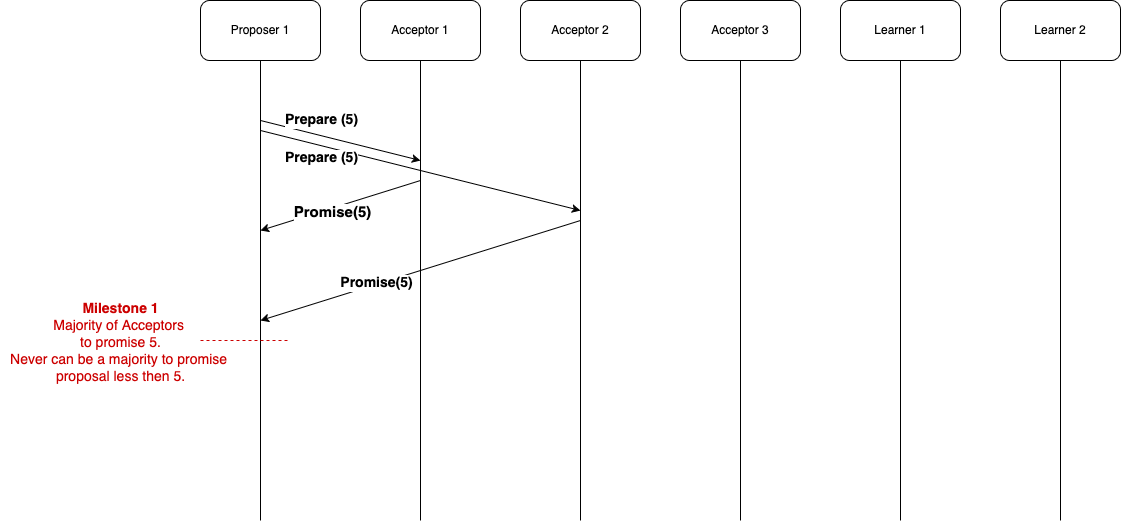
The draw.io diagram assets/distributed system/paxos/Paxos-Phase 1.drawio.png in rb-builder/rishabh.github.io, before a commit. Source tidied: cells renumbered, new cells last; positions are measured from the earlier drawing's top-left corner, leaving out a move shared by most shapes.
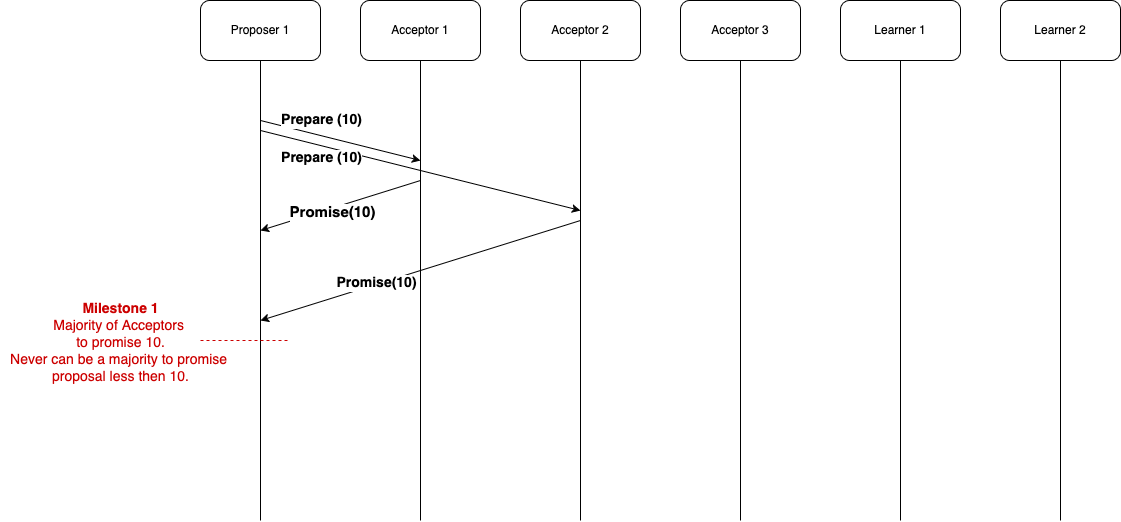
The same diagram one commit later.

Commit message:
Added case 1 of paxos.

Change to the diagram source:
```diff
@@ -56,7 +56,7 @@
         <mxPoint x="420" y="160" as="targetPoint" />
       </mxGeometry>
     </mxCell>
-    <mxCell id="15" value="&lt;b&gt;Prepare (5)&lt;/b&gt;" style="edgeLabel;html=1;align=center;verticalAlign=middle;fontSize=14;" parent="14" vertex="1">
+    <mxCell id="15" value="&lt;b&gt;Prepare (10)&lt;/b&gt;" style="edgeLabel;html=1;align=center;verticalAlign=middle;fontSize=14;" parent="14" vertex="1">
       <mxGeometry x="0.04" y="-1" relative="1" as="geometry">
         <mxPoint x="-23" y="-22" as="offset" />
       </mxGeometry>
@@ -67,7 +67,7 @@
         <mxPoint x="580" y="210" as="targetPoint" />
       </mxGeometry>
     </mxCell>
-    <mxCell id="17" value="&lt;font style=&quot;font-size: 14px;&quot;&gt;&lt;b&gt;Prepare (5)&lt;/b&gt;&lt;/font&gt;" style="edgeLabel;html=1;align=center;verticalAlign=middle;" parent="16" vertex="1">
+    <mxCell id="17" value="&lt;font style=&quot;font-size: 14px;&quot;&gt;&lt;b&gt;Prepare (10)&lt;/b&gt;&lt;/font&gt;" style="edgeLabel;html=1;align=center;verticalAlign=middle;" parent="16" vertex="1">
       <mxGeometry x="-0.41" y="-4" relative="1" as="geometry">
         <mxPoint x="-34" as="offset" />
       </mxGeometry>
@@ -78,7 +78,7 @@
         <mxPoint x="260" y="230" as="targetPoint" />
       </mxGeometry>
     </mxCell>
-    <mxCell id="19" value="&lt;font style=&quot;font-size: 15px;&quot;&gt;&lt;b&gt;Promise(5)&lt;/b&gt;&lt;/font&gt;" style="edgeLabel;html=1;align=center;verticalAlign=middle;" parent="18" vertex="1">
+    <mxCell id="19" value="&lt;font style=&quot;font-size: 15px;&quot;&gt;&lt;b&gt;Promise(10)&lt;/b&gt;&lt;/font&gt;" style="edgeLabel;html=1;align=center;verticalAlign=middle;" parent="18" vertex="1">
       <mxGeometry x="0.13" y="4" relative="1" as="geometry" />
     </mxCell>
     <mxCell id="20" style="endArrow=classic;html=1;rounded=0;" parent="1" edge="1">
@@ -87,7 +87,7 @@
         <mxPoint x="260" y="320" as="targetPoint" />
       </mxGeometry>
     </mxCell>
-    <mxCell id="21" value="&lt;font style=&quot;font-size: 14px;&quot;&gt;&lt;b&gt;Promise(5)&lt;/b&gt;&lt;/font&gt;" style="edgeLabel;html=1;align=center;verticalAlign=middle;" parent="20" vertex="1">
+    <mxCell id="21" value="&lt;font style=&quot;font-size: 14px;&quot;&gt;&lt;b&gt;Promise(10)&lt;/b&gt;&lt;/font&gt;" style="edgeLabel;html=1;align=center;verticalAlign=middle;" parent="20" vertex="1">
       <mxGeometry x="0.28" y="-1" relative="1" as="geometry" />
     </mxCell>
     <mxCell id="22" style="endArrow=none;html=1;rounded=0;dashed=1;strokeColor=#CC0000;" parent="1" edge="1">
@@ -96,7 +96,7 @@
         <mxPoint x="290" y="340" as="targetPoint" />
       </mxGeometry>
     </mxCell>
-    <mxCell id="23" value="&lt;font style=&quot;font-size: 14px; color: rgb(204, 0, 0);&quot;&gt;&lt;b&gt;Milestone 1&lt;/b&gt;&lt;br&gt;Majority of Acceptors&amp;nbsp;&lt;br&gt;to promise 5.&lt;br&gt;Never can be a majority to promise&amp;nbsp;&lt;br&gt;proposal less then 5.&lt;/font&gt;" style="text;html=1;align=center;verticalAlign=middle;strokeColor=none;fillColor=none;" parent="1" vertex="1">
+    <mxCell id="23" value="&lt;font style=&quot;font-size: 14px; color: rgb(204, 0, 0);&quot;&gt;&lt;b&gt;Milestone 1&lt;/b&gt;&lt;br&gt;Majority of Acceptors&amp;nbsp;&lt;br&gt;to promise 10.&lt;br&gt;Never can be a majority to promise&amp;nbsp;&lt;br&gt;proposal less then 10.&lt;/font&gt;" style="text;html=1;align=center;verticalAlign=middle;strokeColor=none;fillColor=none;" parent="1" vertex="1">
       <mxGeometry y="293" width="240" height="100" as="geometry" />
     </mxCell>
   </root>
```
